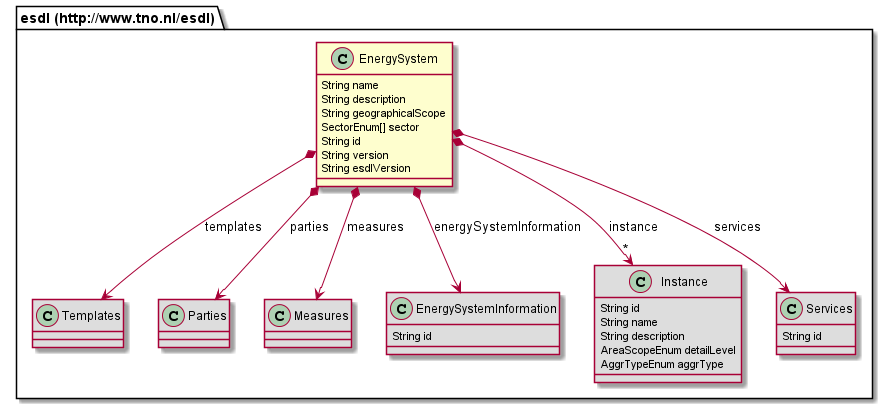
EnergyTransition/energytransition.github.io keeps this PlantUML diagram as 687474703a2f2f7777772e746e6f2e6e6c2f6573646c/EnergySystem.png. Above is the earlier version.
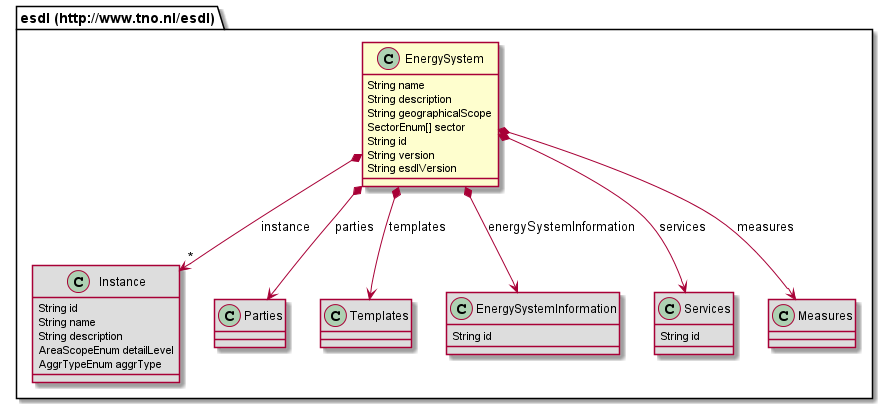
After the commit.

The edit, as a diff of the source:
```diff
@@ -8,15 +8,6 @@
 	String version
 	String esdlVersion
 }
-class "esdl (http://www.tno.nl/esdl).Templates" [[#router/doc-content/687474703a2f2f7777772e746e6f2e6e6c2f6573646c/Templates.html{Collection of templates, e.g. asset templates.}]] #DDDDDD {
-}
-class "esdl (http://www.tno.nl/esdl).Parties" [[#router/doc-content/687474703a2f2f7777772e746e6f2e6e6c2f6573646c/Parties.html{Container for parties that have a role in the energy system}]] #DDDDDD {
-}
-class "esdl (http://www.tno.nl/esdl).Measures" [[#router/doc-content/687474703a2f2f7777772e746e6f2e6e6c2f6573646c/Measures.html{Collection of measures that can be applied to an energy system}]] #DDDDDD {
-}
-class "esdl (http://www.tno.nl/esdl).EnergySystemInformation" [[#router/doc-content/687474703a2f2f7777772e746e6f2e6e6c2f6573646c/EnergySystemInformation.html{Describes reusable information of the energy system, that other classes can refer to in this energy system, such as carriers, profiles, data sources, quantity and units.}]] #DDDDDD {
-	String id
-}
 class "esdl (http://www.tno.nl/esdl).Instance" [[#router/doc-content/687474703a2f2f7777772e746e6f2e6e6c2f6573646c/Instance.html{Instances are used to represent different representations of the same EnergySystem. }]] #DDDDDD {
 	String id
 	String name
@@ -24,8 +15,17 @@
 	AreaScopeEnum detailLevel
 	AggrTypeEnum aggrType
 }
+class "esdl (http://www.tno.nl/esdl).Parties" [[#router/doc-content/687474703a2f2f7777772e746e6f2e6e6c2f6573646c/Parties.html{Container for parties that have a role in the energy system}]] #DDDDDD {
+}
+class "esdl (http://www.tno.nl/esdl).Templates" [[#router/doc-content/687474703a2f2f7777772e746e6f2e6e6c2f6573646c/Templates.html{Collection of templates, e.g. asset templates.}]] #DDDDDD {
+}
+class "esdl (http://www.tno.nl/esdl).EnergySystemInformation" [[#router/doc-content/687474703a2f2f7777772e746e6f2e6e6c2f6573646c/EnergySystemInformation.html{Describes reusable information of the energy system, that other classes can refer to in this energy system, such as carriers, profiles, data sources, quantity and units.}]] #DDDDDD {
+	String id
+}
 class "esdl (http://www.tno.nl/esdl).Services" [[#router/doc-content/687474703a2f2f7777772e746e6f2e6e6c2f6573646c/Services.html{Defines a collection of logical services used in the energy system, e.g. Demand-Response, Aggregator services, Energy markets and control strategies.}]] #DDDDDD {
 	String id
+}
+class "esdl (http://www.tno.nl/esdl).Measures" [[#router/doc-content/687474703a2f2f7777772e746e6f2e6e6c2f6573646c/Measures.html{Collection of measures that can be applied to an energy system}]] #DDDDDD {
 }
 "esdl (http://www.tno.nl/esdl).EnergySystem" *--> "esdl (http://www.tno.nl/esdl).Measures" : measures
 "esdl (http://www.tno.nl/esdl).EnergySystem" *--> "*" "esdl (http://www.tno.nl/esdl).Instance" : instance
```
